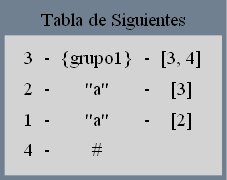
This is Proyecto1/reportes/siguientes_202010751/Tabla2.png from parguet/OLC1_Proyecto1_202010751, a Graphviz export, as it was before one commit. Its source is kept beside it as Proyecto1/reportes/siguientes_202010751/Tabla2.dot.
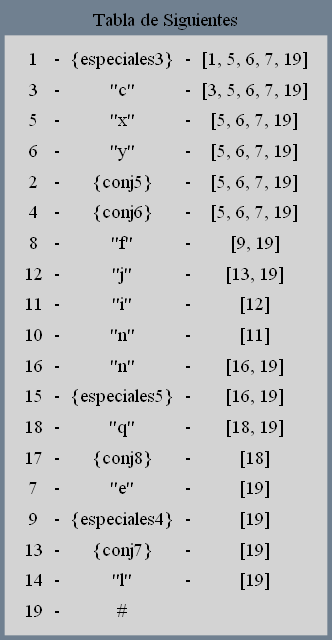
After the commit.

The edit, as a diff of the source:
```diff
@@ -3,22 +3,97 @@
 labelloc = "t"edge [weigth=1000  color=darkgreen  arrowtail="open" arrowhead="open"]
 node[shape=box, style="filled", color=lightgrey];
 a0 [label=<
-<TABLE><TR><TD>3</TD>
+<TABLE><TR><TD>1</TD>
   <TD>-</TD>
-  <TD>{grupo1}</TD>
+  <TD>{especiales3}</TD>
   <TD>-</TD>
-  <TD>[3, 4]</TD>
+  <TD>[1, 5, 6, 7, 19]</TD>
+  </TR><TR><TD>3</TD>
+  <TD>-</TD>
+  <TD>"c"</TD>
+  <TD>-</TD>
+  <TD>[3, 5, 6, 7, 19]</TD>
+  </TR><TR><TD>5</TD>
+  <TD>-</TD>
+  <TD>"x"</TD>
+  <TD>-</TD>
+  <TD>[5, 6, 7, 19]</TD>
+  </TR><TR><TD>6</TD>
+  <TD>-</TD>
+  <TD>"y"</TD>
+  <TD>-</TD>
+  <TD>[5, 6, 7, 19]</TD>
   </TR><TR><TD>2</TD>
   <TD>-</TD>
-  <TD>"a"</TD>
+  <TD>{conj5}</TD>
   <TD>-</TD>
-  <TD>[3]</TD>
-  </TR><TR><TD>1</TD>
+  <TD>[5, 6, 7, 19]</TD>
+  </TR><TR><TD>4</TD>
   <TD>-</TD>
-  <TD>"a"</TD>
+  <TD>{conj6}</TD>
   <TD>-</TD>
-  <TD>[2]</TD>
-  </TR><TR><TD>4</TD>
+  <TD>[5, 6, 7, 19]</TD>
+  </TR><TR><TD>8</TD>
+  <TD>-</TD>
+  <TD>"f"</TD>
+  <TD>-</TD>
+  <TD>[9, 19]</TD>
+  </TR><TR><TD>12</TD>
+  <TD>-</TD>
+  <TD>"j"</TD>
+  <TD>-</TD>
+  <TD>[13, 19]</TD>
+  </TR><TR><TD>11</TD>
+  <TD>-</TD>
+  <TD>"i"</TD>
+  <TD>-</TD>
+  <TD>[12]</TD>
+  </TR><TR><TD>10</TD>
+  <TD>-</TD>
+  <TD>"n"</TD>
+  <TD>-</TD>
+  <TD>[11]</TD>
+  </TR><TR><TD>16</TD>
+  <TD>-</TD>
+  <TD>"n"</TD>
+  <TD>-</TD>
+  <TD>[16, 19]</TD>
+  </TR><TR><TD>15</TD>
+  <TD>-</TD>
+  <TD>{especiales5}</TD>
+  <TD>-</TD>
+  <TD>[16, 19]</TD>
+  </TR><TR><TD>18</TD>
+  <TD>-</TD>
+  <TD>"q"</TD>
+  <TD>-</TD>
+  <TD>[18, 19]</TD>
+  </TR><TR><TD>17</TD>
+  <TD>-</TD>
+  <TD>{conj8}</TD>
+  <TD>-</TD>
+  <TD>[18]</TD>
+  </TR><TR><TD>7</TD>
+  <TD>-</TD>
+  <TD>"e"</TD>
+  <TD>-</TD>
+  <TD>[19]</TD>
+  </TR><TR><TD>9</TD>
+  <TD>-</TD>
+  <TD>{especiales4}</TD>
+  <TD>-</TD>
+  <TD>[19]</TD>
+  </TR><TR><TD>13</TD>
+  <TD>-</TD>
+  <TD>{conj7}</TD>
+  <TD>-</TD>
+  <TD>[19]</TD>
+  </TR><TR><TD>14</TD>
+  <TD>-</TD>
+  <TD>"l"</TD>
+  <TD>-</TD>
+  <TD>[19]</TD>
+  </TR><TR><TD>19</TD>
   <TD>-</TD>
   <TD>#</TD>
   </TR></TABLE>>];}
```
